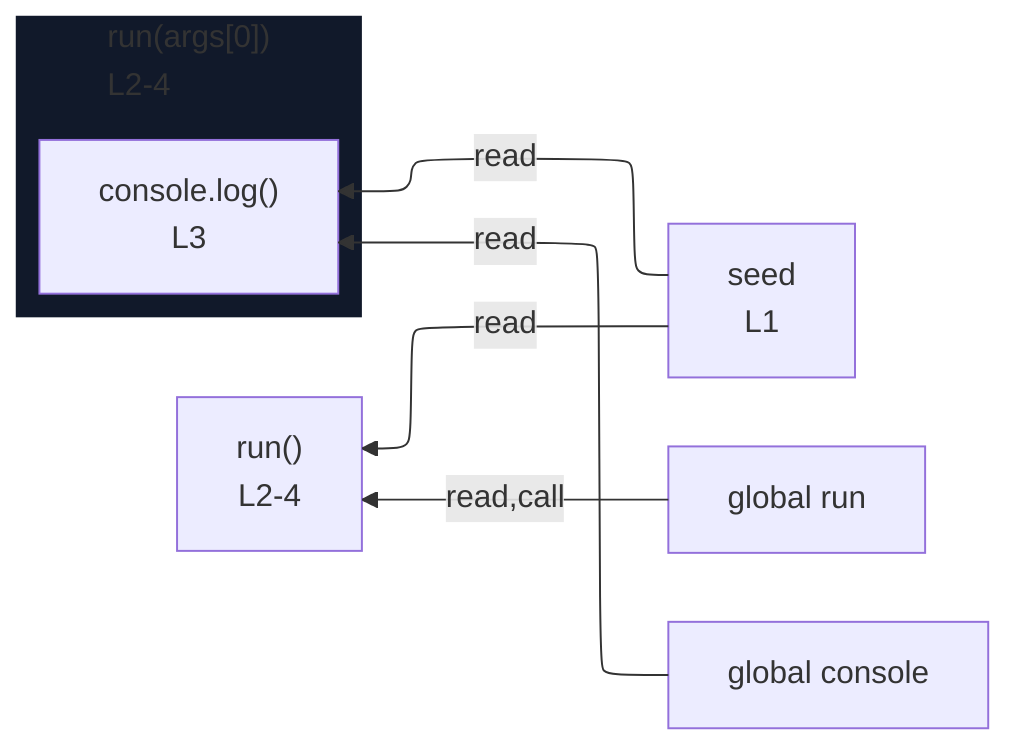
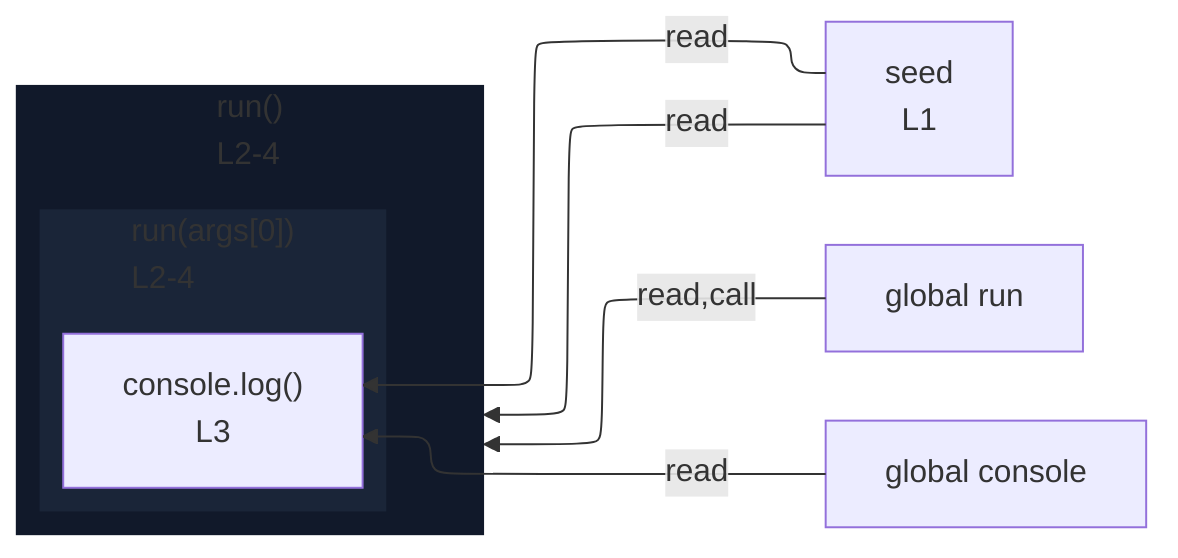
%%{init: {"flowchart": {"defaultRenderer": "elk"}}}%%
flowchart RL
  n_scope_0_seed_6["seed<br/>L1"]
  n_scope_0_run_17["global run"]
  n_scope_0_console_31["global console"]
-   subgraph s_scope_1["run(args[0])<br/>L2-4"]
+   subgraph expr_stmt_17["run()<br/>L2-4"]
    direction RL
-     expr_stmt_31["console.log()<br/>L3"]
+     subgraph s_scope_1["run(args[0])<br/>L2-4"]
+       direction RL
+       expr_stmt_31["console.log()<br/>L3"]
+     end
  end
  n_scope_0_run_17 -->|read,call| expr_stmt_17
  n_scope_0_console_31 -->|read| expr_stmt_31
  n_scope_0_seed_6 -->|read| expr_stmt_31
  n_scope_0_seed_6 -->|read| expr_stmt_17
-   expr_stmt_17["run()<br/>L2-4"]
  classDef nestL1 fill:#11192a,stroke:transparent;
-   class s_scope_1 nestL1;
+   class expr_stmt_17 nestL1;
+   classDef nestL2 fill:#1a2538,stroke:transparent;
+   class s_scope_1 nestL2;
